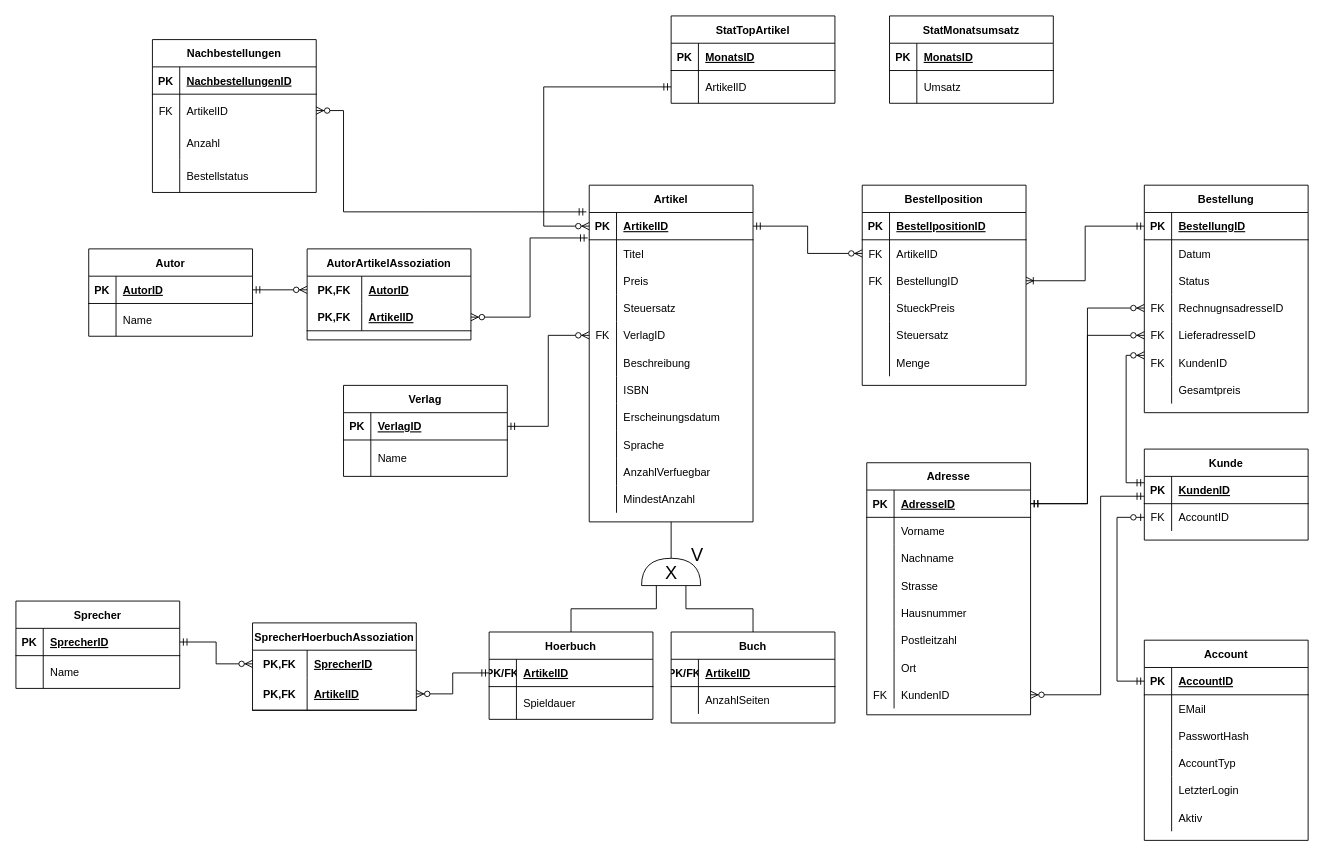
Above: EERD/EERM.drawio in WalnussMuenze22/db2-buecherwurm (draw.io), before the change. Source tidied: cells renumbered, new cells numbered last; positions are measured from the earlier drawing's top-left corner, leaving out a move shared by most shapes. Both pictures are drawn from the tidied source at 91%, with x=0, y=0 at pixel (15, 15).
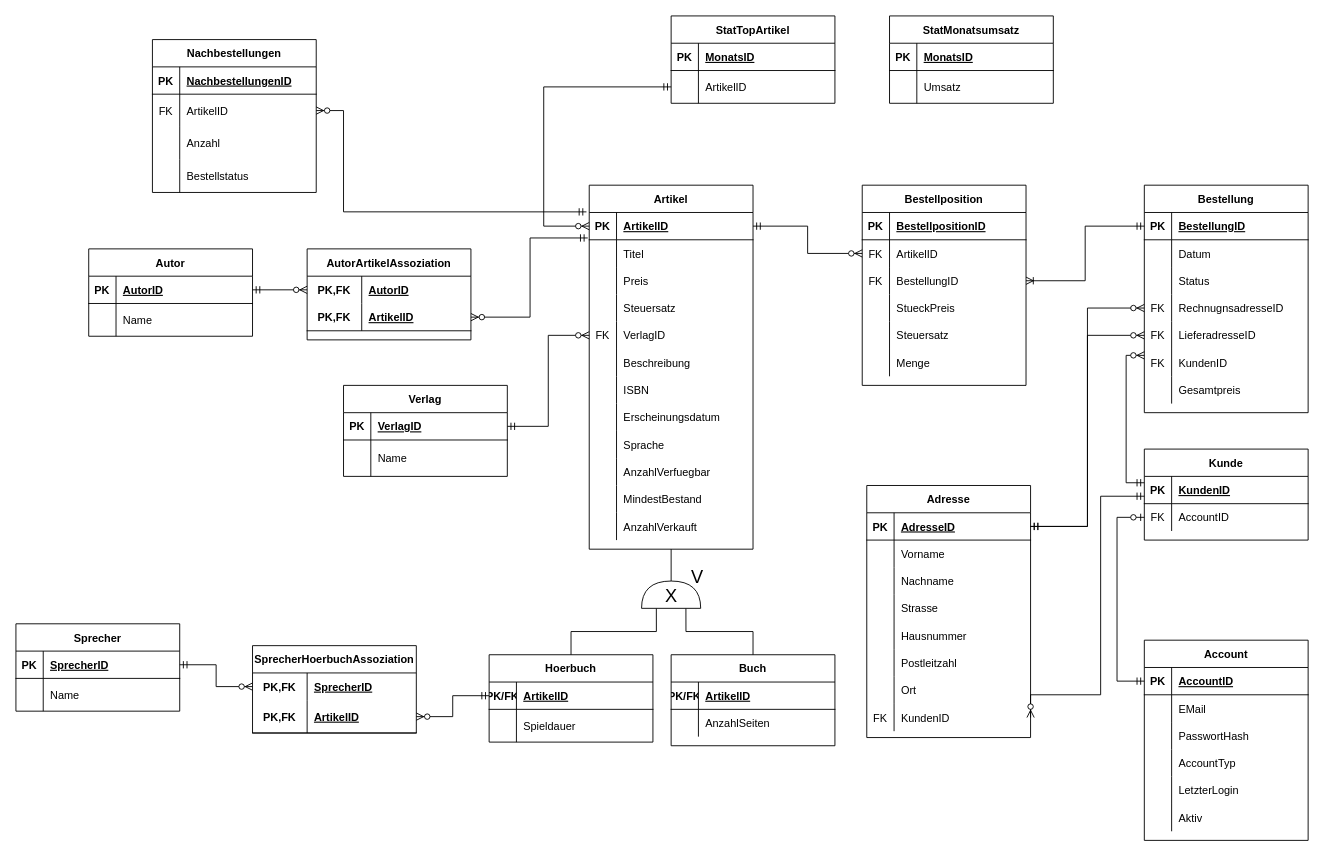
The same diagram, later.

The change refers to these unchanged cells:
```xml
<mxCell id="33" style="shape=tableRow;horizontal=0;startSize=0;swimlaneHead=0;swimlaneBody=0;fillColor=none;top=0;left=0;right=0;bottom=0;" parent="2" vertex="1">
  <mxGeometry y="330" width="180" height="30" as="geometry" />
</mxCell>
<mxCell id="220" style="group;" parent="1" vertex="1">
  <mxGeometry x="687.5" y="576" width="70" height="50" as="geometry" />
</mxCell>
```

Change to the diagram source:
```diff
@@
     <mxCell id="2" value="Artikel" style="shape=table;startSize=30;childLayout=tableLayout;rowLines=0;fontStyle=1;align=center;" parent="1" vertex="1">
-      <mxGeometry x="630" y="186" width="180" height="370" as="geometry" />
+      <mxGeometry x="630" y="186" width="180" height="400" as="geometry" />
     </mxCell>
@@
-    <mxCell id="35" value="MindestAnzahl" style="shape=partialRectangle;fillColor=none;top=0;left=0;bottom=0;right=0;align=left;spacingLeft=6;overflow=hidden;" parent="33" vertex="1">
+    <mxCell id="35" value="MindestBestand" style="shape=partialRectangle;fillColor=none;top=0;left=0;bottom=0;right=0;align=left;spacingLeft=6;overflow=hidden;" parent="33" vertex="1">
       <mxGeometry x="30" width="150" height="30" as="geometry" />
     </mxCell>
+    <mxCell id="224" style="shape=tableRow;horizontal=0;startSize=0;swimlaneHead=0;swimlaneBody=0;fillColor=none;top=0;left=0;right=0;bottom=0;" parent="2" vertex="1">
+      <mxGeometry y="360" width="180" height="30" as="geometry" />
+    </mxCell>
+    <mxCell id="225" style="shape=partialRectangle;fillColor=none;top=0;left=0;bottom=0;right=0;overflow=hidden;" parent="224" vertex="1">
+      <mxGeometry width="30" height="30" as="geometry" />
+    </mxCell>
+    <mxCell id="226" value="AnzahlVerkauft" style="shape=partialRectangle;fillColor=none;top=0;left=0;bottom=0;right=0;align=left;spacingLeft=6;overflow=hidden;" parent="224" vertex="1">
+      <mxGeometry x="30" width="150" height="30" as="geometry" />
+    </mxCell>
     <mxCell id="36" value="Buch" style="shape=table;startSize=30;childLayout=tableLayout;rowLines=0;fontStyle=1;align=center;" parent="1" vertex="1">
-      <mxGeometry x="720" y="677" width="180" height="100" as="geometry" />
+      <mxGeometry x="720" y="702" width="180" height="100" as="geometry" />
     </mxCell>
@@
     <mxCell id="43" value="Hoerbuch" style="shape=table;startSize=30;childLayout=tableLayout;rowLines=0;fontStyle=1;align=center;" parent="1" vertex="1">
-      <mxGeometry x="520" y="677" width="180" height="96" as="geometry" />
+      <mxGeometry x="520" y="702" width="180" height="96" as="geometry" />
     </mxCell>
@@
     <mxCell id="50" value="Sprecher" style="shape=table;startSize=30;childLayout=tableLayout;rowLines=0;fontStyle=1;align=center;" parent="1" vertex="1">
-      <mxGeometry y="643" width="180" height="96" as="geometry" />
+      <mxGeometry y="668" width="180" height="96" as="geometry" />
     </mxCell>
@@
     <mxCell id="113" value="Adresse" style="shape=table;startSize=30;childLayout=tableLayout;rowLines=0;fontStyle=1;align=center;" parent="1" vertex="1">
-      <mxGeometry x="935" y="491" width="180" height="277" as="geometry" />
+      <mxGeometry x="935" y="516" width="180" height="277" as="geometry" />
     </mxCell>
@@
     <mxCell id="185" value="SprecherHoerbuchAssoziation" style="shape=table;startSize=30;childLayout=tableLayout;rowLines=0;fontStyle=1;align=center;" parent="1" vertex="1">
-      <mxGeometry x="260" y="667" width="180" height="96" as="geometry" />
+      <mxGeometry x="260" y="692" width="180" height="96" as="geometry" />
     </mxCell>
@@
     <mxCell id="221" value="&lt;font style=&quot;font-size: 20px;&quot;&gt;X&lt;/font&gt;" style="shape=or;whiteSpace=wrap;html=1;direction=north;" parent="220" vertex="1">
-      <mxGeometry y="20" width="65" height="30" as="geometry" />
+      <mxGeometry y="45" width="65" height="30" as="geometry" />
     </mxCell>
     <mxCell id="222" value="V" style="text;html=1;strokeColor=none;fillColor=none;align=center;verticalAlign=middle;whiteSpace=wrap;rounded=0;fontSize=20;" parent="220" vertex="1">
-      <mxGeometry x="52.5" width="17.5" height="30" as="geometry" />
+      <mxGeometry x="52.5" y="25" width="17.5" height="30" as="geometry" />
     </mxCell>
```
